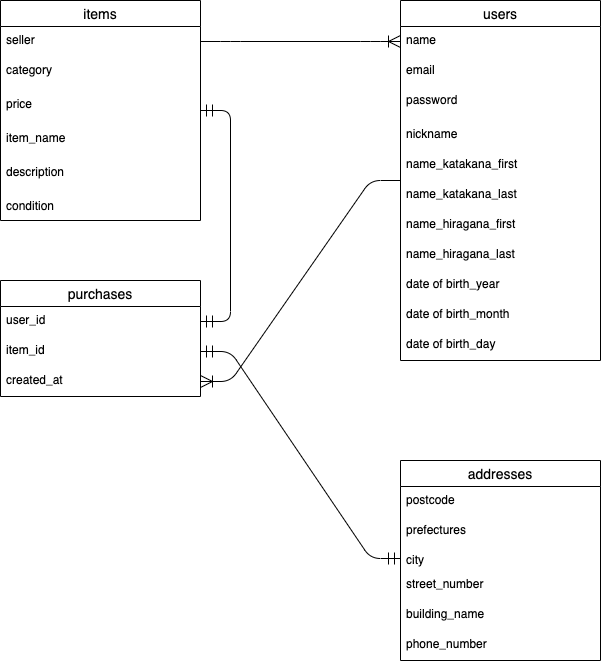
ysski/furima-31014 keeps this draw.io diagram as app/views/furima-31014_ER.dio.png. Above is the earlier version. Source tidied: cells renumbered, new cells last; positions are measured from the earlier drawing's top-left corner, leaving out a move shared by most shapes. The source it was exported from:
```xml
<mxGraphModel>
  <root>
    <mxCell id="0" />
    <mxCell id="1" parent="0" />
    <mxCell id="2" value="items" style="swimlane;fontStyle=0;horizontal=1;startSize=26;align=center;fontSize=14;" parent="1" vertex="1">
      <mxGeometry width="200" height="220" as="geometry" />
    </mxCell>
    <mxCell id="3" value="seller" style="text;strokeColor=none;fillColor=none;spacingLeft=4;spacingRight=4;overflow=hidden;points=[[0,0.5],[1,0.5]];portConstraint=eastwest;fontSize=12;" parent="2" vertex="1">
      <mxGeometry y="26" width="200" height="30" as="geometry" />
    </mxCell>
    <mxCell id="4" value="category" style="text;strokeColor=none;fillColor=none;spacingLeft=4;spacingRight=4;overflow=hidden;fontSize=12;" parent="2" vertex="1">
      <mxGeometry y="56" width="200" height="34" as="geometry" />
    </mxCell>
    <mxCell id="5" value="price" style="text;strokeColor=none;fillColor=none;spacingLeft=4;spacingRight=4;overflow=hidden;fontSize=12;" parent="2" vertex="1">
      <mxGeometry y="90" width="200" height="34" as="geometry" />
    </mxCell>
    <mxCell id="6" value="item_name" style="text;strokeColor=none;fillColor=none;spacingLeft=4;spacingRight=4;overflow=hidden;fontSize=12;" parent="2" vertex="1">
      <mxGeometry y="124" width="200" height="34" as="geometry" />
    </mxCell>
    <mxCell id="7" value="description" style="text;strokeColor=none;fillColor=none;spacingLeft=4;spacingRight=4;overflow=hidden;fontSize=12;" parent="2" vertex="1">
      <mxGeometry y="158" width="200" height="34" as="geometry" />
    </mxCell>
    <mxCell id="8" value="condition" style="text;strokeColor=none;fillColor=none;spacingLeft=4;spacingRight=4;overflow=hidden;fontSize=12;" parent="2" vertex="1">
      <mxGeometry y="192" width="200" height="28" as="geometry" />
    </mxCell>
    <mxCell id="9" value="users" style="swimlane;fontStyle=0;horizontal=1;startSize=26;align=center;fontSize=14;" parent="1" vertex="1">
      <mxGeometry x="400" width="200" height="360" as="geometry" />
    </mxCell>
    <mxCell id="10" value="name" style="text;strokeColor=none;fillColor=none;spacingLeft=4;spacingRight=4;overflow=hidden;points=[[0,0.5],[1,0.5]];portConstraint=eastwest;fontSize=12;" parent="9" vertex="1">
      <mxGeometry y="26" width="200" height="30" as="geometry" />
    </mxCell>
    <mxCell id="11" value="email" style="text;strokeColor=none;fillColor=none;spacingLeft=4;spacingRight=4;overflow=hidden;fontSize=12;" parent="9" vertex="1">
      <mxGeometry y="56" width="200" height="30" as="geometry" />
    </mxCell>
    <mxCell id="12" value="password" style="text;strokeColor=none;fillColor=none;spacingLeft=4;spacingRight=4;overflow=hidden;fontSize=12;" parent="9" vertex="1">
      <mxGeometry y="86" width="200" height="34" as="geometry" />
    </mxCell>
    <mxCell id="13" value="nickname" style="text;strokeColor=none;fillColor=none;spacingLeft=4;spacingRight=4;overflow=hidden;fontSize=12;" parent="9" vertex="1">
      <mxGeometry y="120" width="200" height="30" as="geometry" />
    </mxCell>
    <mxCell id="14" value="name_katakana_first" style="text;strokeColor=none;fillColor=none;spacingLeft=4;spacingRight=4;overflow=hidden;fontSize=12;" parent="9" vertex="1">
      <mxGeometry y="150" width="200" height="30" as="geometry" />
    </mxCell>
    <mxCell id="15" value="name_katakana_last" style="text;strokeColor=none;fillColor=none;spacingLeft=4;spacingRight=4;overflow=hidden;fontSize=12;" parent="9" vertex="1">
      <mxGeometry y="180" width="200" height="30" as="geometry" />
    </mxCell>
    <mxCell id="16" value="name_hiragana_first" style="text;strokeColor=none;fillColor=none;spacingLeft=4;spacingRight=4;overflow=hidden;fontSize=12;" parent="9" vertex="1">
      <mxGeometry y="210" width="200" height="30" as="geometry" />
    </mxCell>
    <mxCell id="17" value="name_hiragana_last" style="text;strokeColor=none;fillColor=none;spacingLeft=4;spacingRight=4;overflow=hidden;fontSize=12;" parent="9" vertex="1">
      <mxGeometry y="240" width="200" height="30" as="geometry" />
    </mxCell>
    <mxCell id="18" value="date of birth_year" style="text;strokeColor=none;fillColor=none;spacingLeft=4;spacingRight=4;overflow=hidden;fontSize=12;" parent="9" vertex="1">
      <mxGeometry y="270" width="200" height="30" as="geometry" />
    </mxCell>
    <mxCell id="19" value="date of birth_month" style="text;strokeColor=none;fillColor=none;spacingLeft=4;spacingRight=4;overflow=hidden;fontSize=12;" parent="9" vertex="1">
      <mxGeometry y="300" width="200" height="30" as="geometry" />
    </mxCell>
    <mxCell id="20" value="date of birth_day" style="text;strokeColor=none;fillColor=none;spacingLeft=4;spacingRight=4;overflow=hidden;fontSize=12;" parent="9" vertex="1">
      <mxGeometry y="330" width="200" height="30" as="geometry" />
    </mxCell>
    <mxCell id="21" value="purchases" style="swimlane;fontStyle=0;horizontal=1;startSize=26;align=center;fontSize=14;" parent="1" vertex="1">
      <mxGeometry y="280" width="200" height="116" as="geometry" />
    </mxCell>
    <mxCell id="22" value="user_id" style="text;strokeColor=none;fillColor=none;spacingLeft=4;spacingRight=4;overflow=hidden;points=[[0,0.5],[1,0.5]];portConstraint=eastwest;fontSize=12;" parent="21" vertex="1">
      <mxGeometry y="26" width="200" height="30" as="geometry" />
    </mxCell>
    <mxCell id="23" value="item_id" style="text;strokeColor=none;fillColor=none;spacingLeft=4;spacingRight=4;overflow=hidden;points=[[0,0.5],[1,0.5]];portConstraint=eastwest;fontSize=12;" parent="21" vertex="1">
      <mxGeometry y="56" width="200" height="30" as="geometry" />
    </mxCell>
    <mxCell id="24" value="created_at" style="text;strokeColor=none;fillColor=none;spacingLeft=4;spacingRight=4;overflow=hidden;points=[[0,0.5],[1,0.5]];portConstraint=eastwest;fontSize=12;" parent="21" vertex="1">
      <mxGeometry y="86" width="200" height="30" as="geometry" />
    </mxCell>
    <mxCell id="25" style="edgeStyle=entityRelationEdgeStyle;fontSize=12;html=1;endArrow=ERoneToMany;endSize=10;startSize=10;exitX=1;exitY=0.5;exitDx=0;exitDy=0;entryX=0;entryY=0.5;entryDx=0;entryDy=0;" parent="1" edge="1" source="3" target="10">
      <mxGeometry relative="1" as="geometry" />
    </mxCell>
    <mxCell id="26" style="edgeStyle=entityRelationEdgeStyle;fontSize=12;html=1;endArrow=ERmandOne;startArrow=ERmandOne;endSize=10;startSize=10;entryX=0;entryY=0.5;entryDx=0;entryDy=0;" parent="1" edge="1" source="23" target="32">
      <mxGeometry relative="1" as="geometry" />
    </mxCell>
    <mxCell id="27" style="edgeStyle=entityRelationEdgeStyle;fontSize=12;html=1;endArrow=ERmandOne;startArrow=ERmandOne;endSize=10;startSize=10;exitX=1;exitY=0.5;exitDx=0;exitDy=0;" parent="1" edge="1" source="22" target="2">
      <mxGeometry relative="1" as="geometry" />
    </mxCell>
    <mxCell id="28" style="edgeStyle=entityRelationEdgeStyle;fontSize=12;html=1;endArrow=ERoneToMany;endSize=10;startSize=10;" parent="1" edge="1" source="9" target="24">
      <mxGeometry relative="1" as="geometry" />
    </mxCell>
    <mxCell id="29" value="addresses" style="swimlane;fontStyle=0;horizontal=1;startSize=26;align=center;fontSize=14;" parent="1" vertex="1">
      <mxGeometry x="400" y="460" width="200" height="200" as="geometry" />
    </mxCell>
    <mxCell id="30" value="postcode" style="text;strokeColor=none;fillColor=none;spacingLeft=4;spacingRight=4;overflow=hidden;fontSize=12;" parent="29" vertex="1">
      <mxGeometry y="26" width="200" height="30" as="geometry" />
    </mxCell>
    <mxCell id="31" value="prefectures" style="text;strokeColor=none;fillColor=none;spacingLeft=4;spacingRight=4;overflow=hidden;fontSize=12;" parent="29" vertex="1">
      <mxGeometry y="56" width="200" height="30" as="geometry" />
    </mxCell>
    <mxCell id="32" value="city" style="text;strokeColor=none;fillColor=none;spacingLeft=4;spacingRight=4;overflow=hidden;points=[[0,0.5],[1,0.5]];portConstraint=eastwest;fontSize=12;" parent="29" vertex="1">
      <mxGeometry y="86" width="200" height="24" as="geometry" />
    </mxCell>
    <mxCell id="33" value="street_number" style="text;strokeColor=none;fillColor=none;spacingLeft=4;spacingRight=4;overflow=hidden;fontSize=12;" parent="29" vertex="1">
      <mxGeometry y="110" width="200" height="30" as="geometry" />
    </mxCell>
    <mxCell id="34" value="building_name" style="text;strokeColor=none;fillColor=none;spacingLeft=4;spacingRight=4;overflow=hidden;fontSize=12;" parent="29" vertex="1">
      <mxGeometry y="140" width="200" height="30" as="geometry" />
    </mxCell>
    <mxCell id="35" value="phone_number" style="text;strokeColor=none;fillColor=none;spacingLeft=4;spacingRight=4;overflow=hidden;fontSize=12;" parent="29" vertex="1">
      <mxGeometry y="170" width="200" height="30" as="geometry" />
    </mxCell>
  </root>
</mxGraphModel>
```
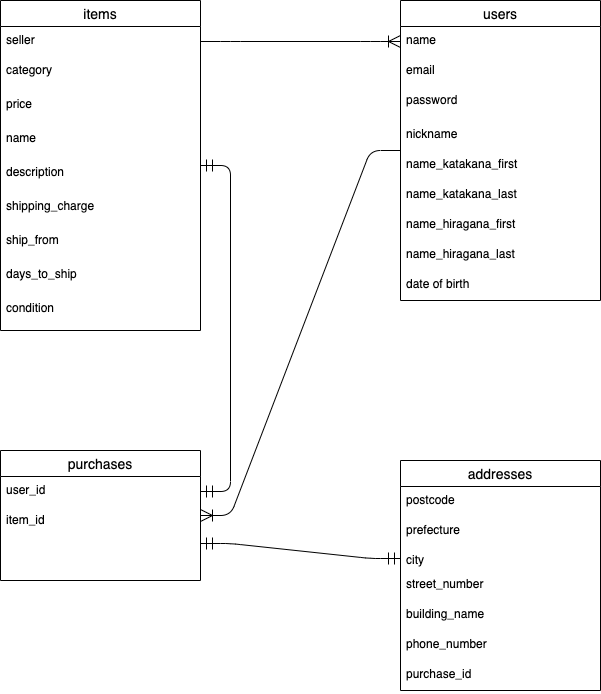
After the change.

What changed in the source:
```diff
@@ -3,7 +3,7 @@
     <mxCell id="0" />
     <mxCell id="1" parent="0" />
     <mxCell id="2" value="items" style="swimlane;fontStyle=0;horizontal=1;startSize=26;align=center;fontSize=14;" parent="1" vertex="1">
-      <mxGeometry width="200" height="220" as="geometry" />
+      <mxGeometry width="200" height="330" as="geometry" />
     </mxCell>
     <mxCell id="3" value="seller" style="text;strokeColor=none;fillColor=none;spacingLeft=4;spacingRight=4;overflow=hidden;points=[[0,0.5],[1,0.5]];portConstraint=eastwest;fontSize=12;" parent="2" vertex="1">
       <mxGeometry y="26" width="200" height="30" as="geometry" />
@@ -14,17 +14,26 @@
     <mxCell id="5" value="price" style="text;strokeColor=none;fillColor=none;spacingLeft=4;spacingRight=4;overflow=hidden;fontSize=12;" parent="2" vertex="1">
       <mxGeometry y="90" width="200" height="34" as="geometry" />
     </mxCell>
-    <mxCell id="6" value="item_name" style="text;strokeColor=none;fillColor=none;spacingLeft=4;spacingRight=4;overflow=hidden;fontSize=12;" parent="2" vertex="1">
+    <mxCell id="6" value="name" style="text;strokeColor=none;fillColor=none;spacingLeft=4;spacingRight=4;overflow=hidden;fontSize=12;" parent="2" vertex="1">
       <mxGeometry y="124" width="200" height="34" as="geometry" />
     </mxCell>
     <mxCell id="7" value="description" style="text;strokeColor=none;fillColor=none;spacingLeft=4;spacingRight=4;overflow=hidden;fontSize=12;" parent="2" vertex="1">
       <mxGeometry y="158" width="200" height="34" as="geometry" />
     </mxCell>
+    <mxCell id="36" value="shipping_charge" style="text;strokeColor=none;fillColor=none;spacingLeft=4;spacingRight=4;overflow=hidden;fontSize=12;" parent="2" vertex="1">
+      <mxGeometry y="192" width="200" height="34" as="geometry" />
+    </mxCell>
+    <mxCell id="37" value="ship_from" style="text;strokeColor=none;fillColor=none;spacingLeft=4;spacingRight=4;overflow=hidden;fontSize=12;" parent="2" vertex="1">
+      <mxGeometry y="226" width="200" height="34" as="geometry" />
+    </mxCell>
+    <mxCell id="38" value="days_to_ship" style="text;strokeColor=none;fillColor=none;spacingLeft=4;spacingRight=4;overflow=hidden;fontSize=12;" parent="2" vertex="1">
+      <mxGeometry y="260" width="200" height="34" as="geometry" />
+    </mxCell>
     <mxCell id="8" value="condition" style="text;strokeColor=none;fillColor=none;spacingLeft=4;spacingRight=4;overflow=hidden;fontSize=12;" parent="2" vertex="1">
-      <mxGeometry y="192" width="200" height="28" as="geometry" />
+      <mxGeometry y="294" width="200" height="36" as="geometry" />
     </mxCell>
     <mxCell id="9" value="users" style="swimlane;fontStyle=0;horizontal=1;startSize=26;align=center;fontSize=14;" parent="1" vertex="1">
-      <mxGeometry x="400" width="200" height="360" as="geometry" />
+      <mxGeometry x="400" width="200" height="300" as="geometry" />
     </mxCell>
     <mxCell id="10" value="name" style="text;strokeColor=none;fillColor=none;spacingLeft=4;spacingRight=4;overflow=hidden;points=[[0,0.5],[1,0.5]];portConstraint=eastwest;fontSize=12;" parent="9" vertex="1">
       <mxGeometry y="26" width="200" height="30" as="geometry" />
@@ -50,27 +59,9 @@
     <mxCell id="17" value="name_hiragana_last" style="text;strokeColor=none;fillColor=none;spacingLeft=4;spacingRight=4;overflow=hidden;fontSize=12;" parent="9" vertex="1">
       <mxGeometry y="240" width="200" height="30" as="geometry" />
     </mxCell>
-    <mxCell id="18" value="date of birth_year" style="text;strokeColor=none;fillColor=none;spacingLeft=4;spacingRight=4;overflow=hidden;fontSize=12;" parent="9" vertex="1">
+    <mxCell id="18" value="date of birth" style="text;strokeColor=none;fillColor=none;spacingLeft=4;spacingRight=4;overflow=hidden;fontSize=12;" parent="9" vertex="1">
       <mxGeometry y="270" width="200" height="30" as="geometry" />
     </mxCell>
-    <mxCell id="19" value="date of birth_month" style="text;strokeColor=none;fillColor=none;spacingLeft=4;spacingRight=4;overflow=hidden;fontSize=12;" parent="9" vertex="1">
-      <mxGeometry y="300" width="200" height="30" as="geometry" />
-    </mxCell>
-    <mxCell id="20" value="date of birth_day" style="text;strokeColor=none;fillColor=none;spacingLeft=4;spacingRight=4;overflow=hidden;fontSize=12;" parent="9" vertex="1">
-      <mxGeometry y="330" width="200" height="30" as="geometry" />
-    </mxCell>
-    <mxCell id="21" value="purchases" style="swimlane;fontStyle=0;horizontal=1;startSize=26;align=center;fontSize=14;" parent="1" vertex="1">
-      <mxGeometry y="280" width="200" height="116" as="geometry" />
-    </mxCell>
-    <mxCell id="22" value="user_id" style="text;strokeColor=none;fillColor=none;spacingLeft=4;spacingRight=4;overflow=hidden;points=[[0,0.5],[1,0.5]];portConstraint=eastwest;fontSize=12;" parent="21" vertex="1">
-      <mxGeometry y="26" width="200" height="30" as="geometry" />
-    </mxCell>
-    <mxCell id="23" value="item_id" style="text;strokeColor=none;fillColor=none;spacingLeft=4;spacingRight=4;overflow=hidden;points=[[0,0.5],[1,0.5]];portConstraint=eastwest;fontSize=12;" parent="21" vertex="1">
-      <mxGeometry y="56" width="200" height="30" as="geometry" />
-    </mxCell>
-    <mxCell id="24" value="created_at" style="text;strokeColor=none;fillColor=none;spacingLeft=4;spacingRight=4;overflow=hidden;points=[[0,0.5],[1,0.5]];portConstraint=eastwest;fontSize=12;" parent="21" vertex="1">
-      <mxGeometry y="86" width="200" height="30" as="geometry" />
-    </mxCell>
     <mxCell id="25" style="edgeStyle=entityRelationEdgeStyle;fontSize=12;html=1;endArrow=ERoneToMany;endSize=10;startSize=10;exitX=1;exitY=0.5;exitDx=0;exitDy=0;entryX=0;entryY=0.5;entryDx=0;entryDy=0;" parent="1" edge="1" source="3" target="10">
       <mxGeometry relative="1" as="geometry" />
     </mxCell>
@@ -80,16 +71,16 @@
     <mxCell id="27" style="edgeStyle=entityRelationEdgeStyle;fontSize=12;html=1;endArrow=ERmandOne;startArrow=ERmandOne;endSize=10;startSize=10;exitX=1;exitY=0.5;exitDx=0;exitDy=0;" parent="1" edge="1" source="22" target="2">
       <mxGeometry relative="1" as="geometry" />
     </mxCell>
-    <mxCell id="28" style="edgeStyle=entityRelationEdgeStyle;fontSize=12;html=1;endArrow=ERoneToMany;endSize=10;startSize=10;" parent="1" edge="1" source="9" target="24">
+    <mxCell id="28" style="edgeStyle=entityRelationEdgeStyle;fontSize=12;html=1;endArrow=ERoneToMany;endSize=10;startSize=10;" parent="1" edge="1" source="9" target="21">
       <mxGeometry relative="1" as="geometry" />
     </mxCell>
     <mxCell id="29" value="addresses" style="swimlane;fontStyle=0;horizontal=1;startSize=26;align=center;fontSize=14;" parent="1" vertex="1">
-      <mxGeometry x="400" y="460" width="200" height="200" as="geometry" />
+      <mxGeometry x="400" y="460" width="200" height="230" as="geometry" />
     </mxCell>
     <mxCell id="30" value="postcode" style="text;strokeColor=none;fillColor=none;spacingLeft=4;spacingRight=4;overflow=hidden;fontSize=12;" parent="29" vertex="1">
       <mxGeometry y="26" width="200" height="30" as="geometry" />
     </mxCell>
-    <mxCell id="31" value="prefectures" style="text;strokeColor=none;fillColor=none;spacingLeft=4;spacingRight=4;overflow=hidden;fontSize=12;" parent="29" vertex="1">
+    <mxCell id="31" value="prefecture" style="text;strokeColor=none;fillColor=none;spacingLeft=4;spacingRight=4;overflow=hidden;fontSize=12;" parent="29" vertex="1">
       <mxGeometry y="56" width="200" height="30" as="geometry" />
     </mxCell>
     <mxCell id="32" value="city" style="text;strokeColor=none;fillColor=none;spacingLeft=4;spacingRight=4;overflow=hidden;points=[[0,0.5],[1,0.5]];portConstraint=eastwest;fontSize=12;" parent="29" vertex="1">
@@ -104,5 +95,17 @@
     <mxCell id="35" value="phone_number" style="text;strokeColor=none;fillColor=none;spacingLeft=4;spacingRight=4;overflow=hidden;fontSize=12;" parent="29" vertex="1">
       <mxGeometry y="170" width="200" height="30" as="geometry" />
     </mxCell>
+    <mxCell id="39" value="purchase_id" style="text;strokeColor=none;fillColor=none;spacingLeft=4;spacingRight=4;overflow=hidden;fontSize=12;" parent="29" vertex="1">
+      <mxGeometry y="200" width="200" height="30" as="geometry" />
+    </mxCell>
+    <mxCell id="21" value="purchases" style="swimlane;fontStyle=0;horizontal=1;startSize=26;align=center;fontSize=14;" parent="1" vertex="1">
+      <mxGeometry y="450" width="200" height="130" as="geometry" />
+    </mxCell>
+    <mxCell id="22" value="user_id" style="text;strokeColor=none;fillColor=none;spacingLeft=4;spacingRight=4;overflow=hidden;points=[[0,0.5],[1,0.5]];portConstraint=eastwest;fontSize=12;" parent="21" vertex="1">
+      <mxGeometry y="26" width="200" height="30" as="geometry" />
+    </mxCell>
+    <mxCell id="23" value="item_id" style="text;strokeColor=none;fillColor=none;spacingLeft=4;spacingRight=4;overflow=hidden;points=[[0,0.5],[1,0.5]];portConstraint=eastwest;fontSize=12;" parent="21" vertex="1">
+      <mxGeometry y="56" width="200" height="74" as="geometry" />
+    </mxCell>
   </root>
 </mxGraphModel>
```
